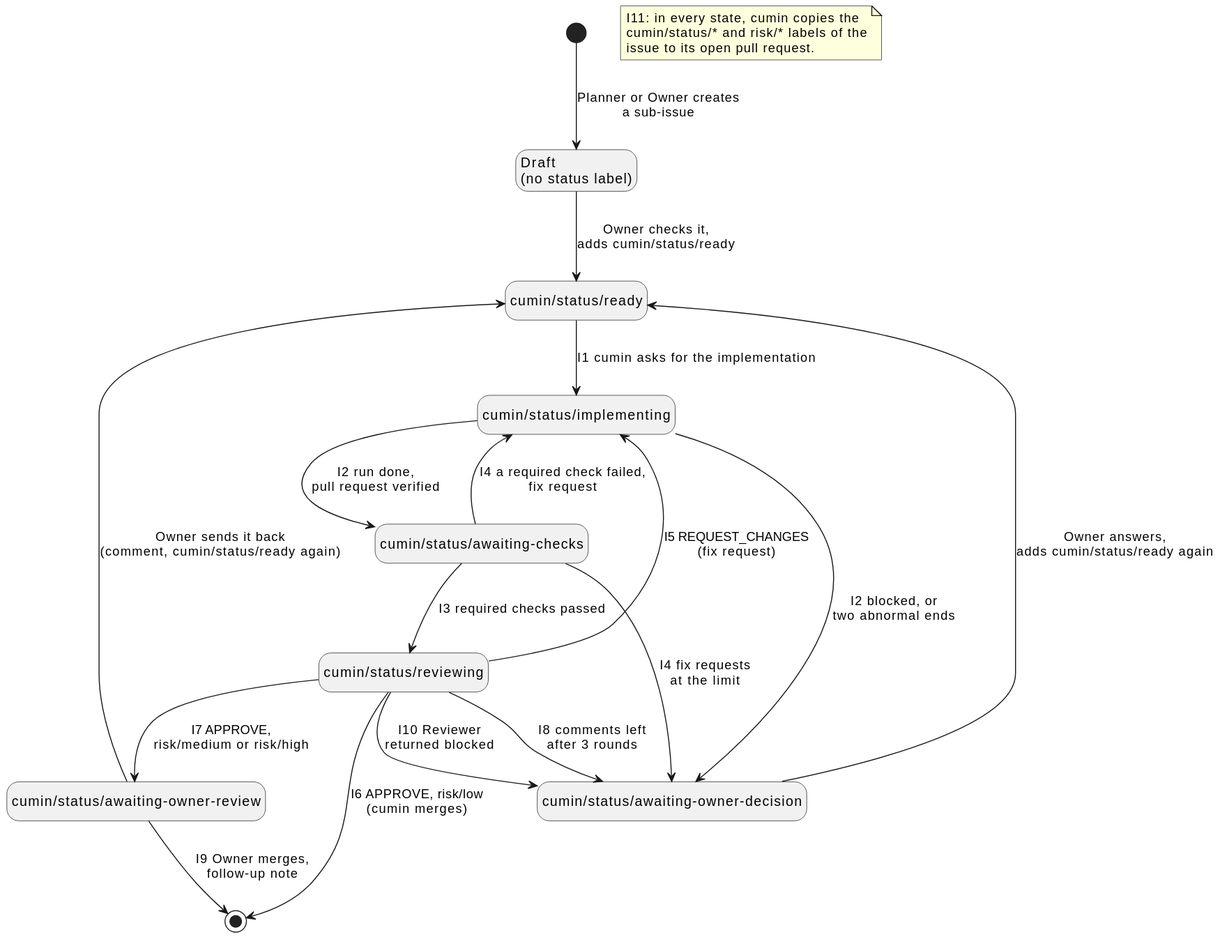
Before: docs/ja/requirements/workflow/implementation-issue-states.svg, a diagram exported from PlantUML (cloveclovedev/cumin-works).
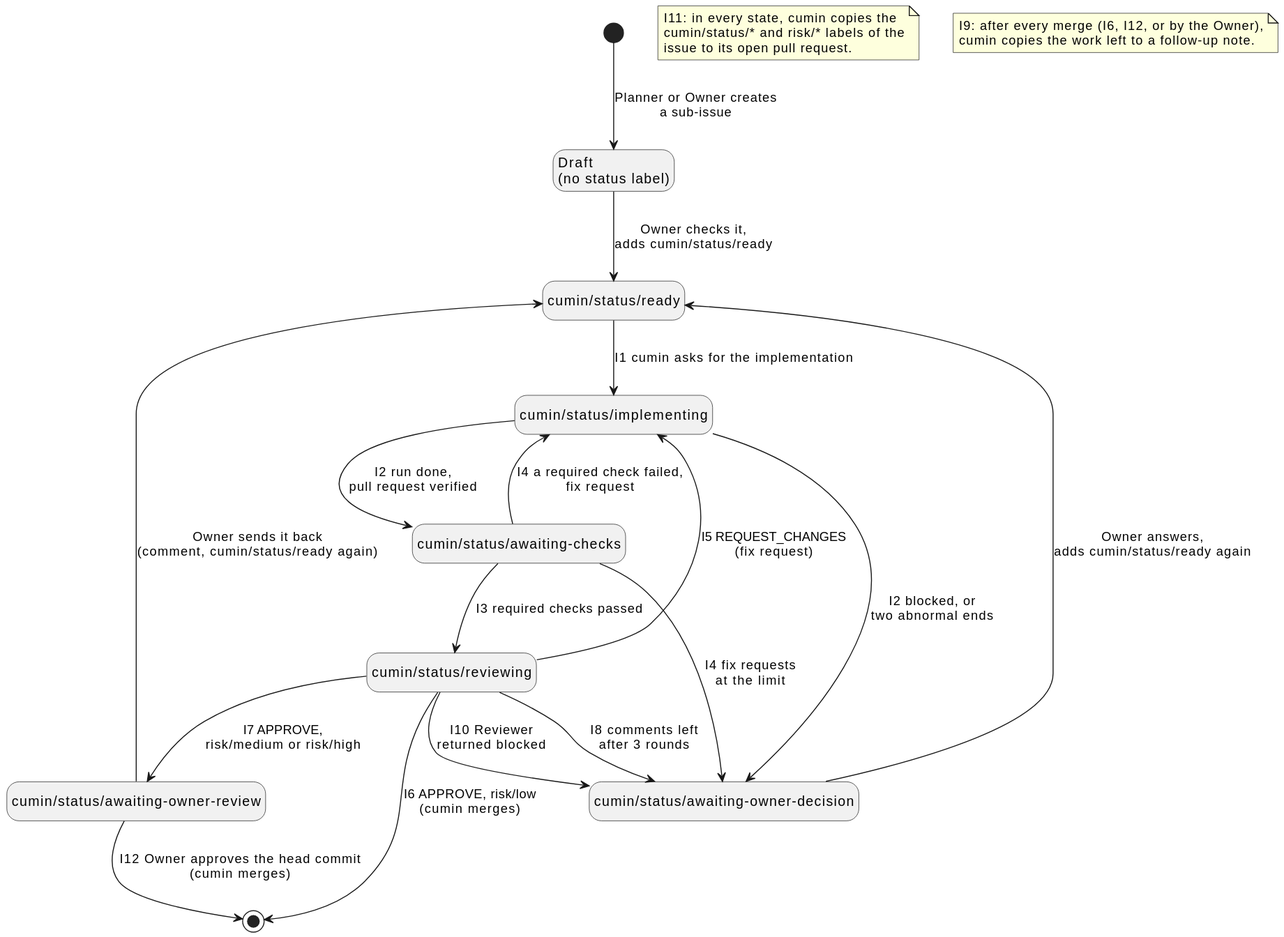
Above is the later version.

Commit message:
docs(requirements): define the Owner and add the merge after the Owner's approval (I12) (#291)

The edit, as a diff of the source:
```diff
@@ -23,9 +23,10 @@
 Reviewing --> OwnerReview : I7 APPROVE,\nrisk/medium or risk/high
 Reviewing --> Decision : I8 comments left\nafter 3 rounds
 Reviewing --> Decision : I10 Reviewer\nreturned blocked
-OwnerReview --> [*] : I9 Owner merges,\nfollow-up note
+OwnerReview --> [*] : I12 Owner approves the head commit\n(cumin merges)
 OwnerReview --> Ready : Owner sends it back\n(comment, cumin/status/ready again)
 Decision --> Ready : Owner answers,\nadds cumin/status/ready again
 
 note "I11: in every state, cumin copies the\ncumin/status/* and risk/* labels of the\nissue to its open pull request." as I11
+note "I9: after every merge (I6, I12, or by the Owner),\ncumin copies the work left to a follow-up note." as I9
 @enduml
```
